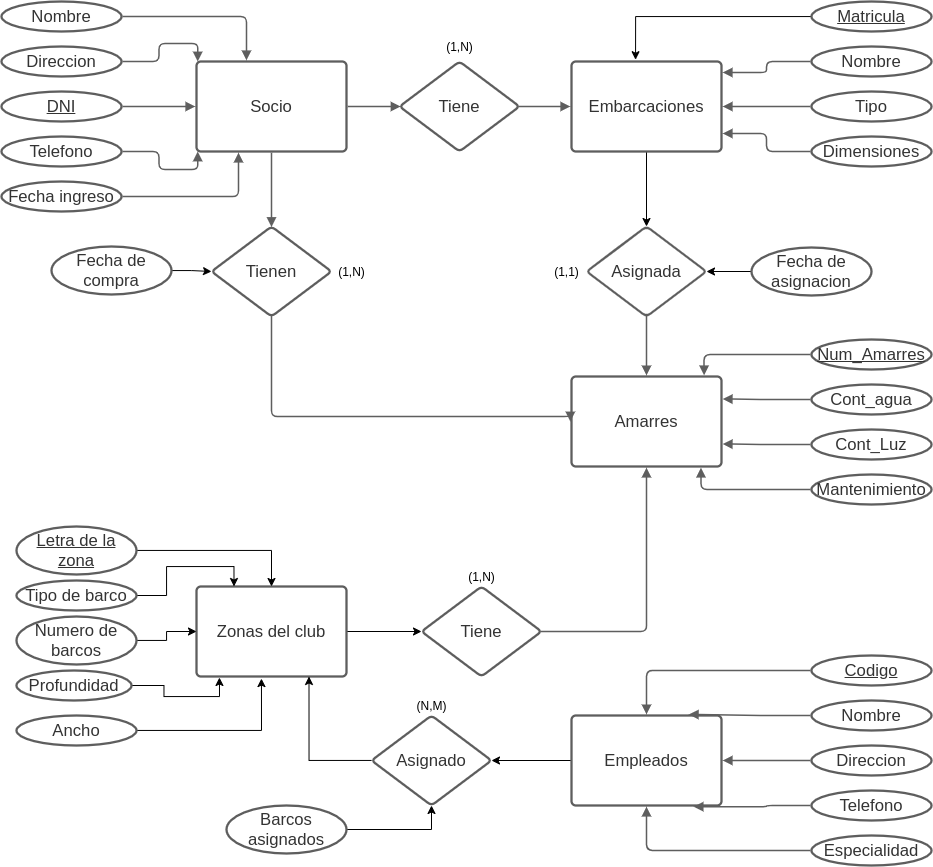
This is Untitled Diagram.drawio.png from alejito10/curso, a draw.io export, as it was before one commit. Source tidied: cells renumbered, new cells last; positions are measured from the earlier drawing's top-left corner, leaving out a move shared by most shapes.
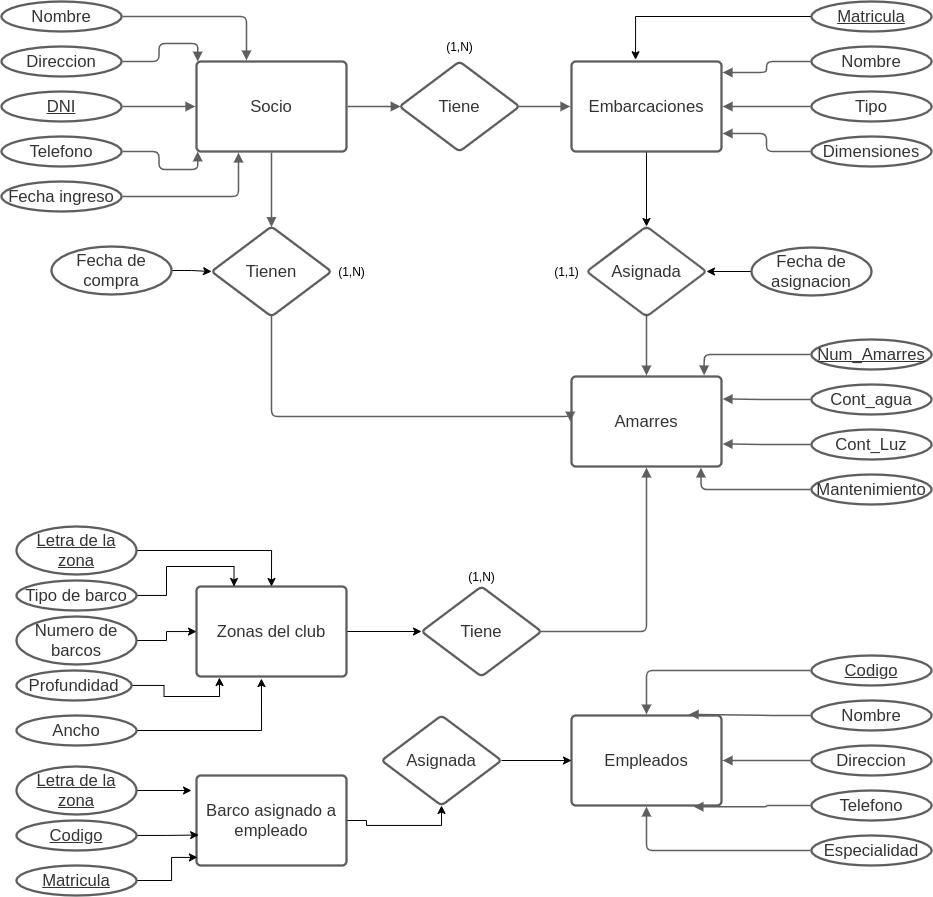
Above is the later version.

What changed in the source:
```diff
@@ -50,9 +50,6 @@
     <mxCell id="17" value="Zonas del club" style="html=1;overflow=block;blockSpacing=1;whiteSpace=wrap;fontSize=16.7;fontColor=#333333;align=center;spacing=3.8;strokeColor=#5e5e5e;strokeOpacity=100;rounded=1;absoluteArcSize=1;arcSize=9;strokeWidth=2.3;" parent="1" vertex="1">
       <mxGeometry x="195" y="585" width="150" height="90" as="geometry" />
     </mxCell>
-    <mxCell id="18" style="edgeStyle=orthogonalEdgeStyle;rounded=0;jettySize=auto;html=1;entryX=1;entryY=0.5;entryDx=0;entryDy=0;" parent="1" edge="1" source="19" target="71">
-      <mxGeometry relative="1" as="geometry" />
-    </mxCell>
     <mxCell id="19" value="Empleados" style="html=1;overflow=block;blockSpacing=1;whiteSpace=wrap;fontSize=16.7;fontColor=#333333;align=center;spacing=3.8;strokeColor=#5e5e5e;strokeOpacity=100;rounded=1;absoluteArcSize=1;arcSize=9;strokeWidth=2.3;" parent="1" vertex="1">
       <mxGeometry x="570" y="714" width="150" height="90" as="geometry" />
     </mxCell>
@@ -211,12 +208,6 @@
     <mxCell id="69" style="html=1;jettySize=18;whiteSpace=wrap;fontSize=13;strokeColor=#5E5E5E;strokeWidth=1.5;rounded=1;arcSize=12;edgeStyle=orthogonalEdgeStyle;startArrow=none;endArrow=block;endFill=1;exitX=0.991;exitY=0.5;exitPerimeter=0;entryX=0.5;entryY=1.013;entryPerimeter=0;" parent="1" edge="1" source="68" target="15">
       <mxGeometry relative="1" as="geometry" />
     </mxCell>
-    <mxCell id="70" style="edgeStyle=orthogonalEdgeStyle;rounded=0;jettySize=auto;html=1;entryX=0.75;entryY=1;entryDx=0;entryDy=0;" parent="1" edge="1" source="71" target="17">
-      <mxGeometry relative="1" as="geometry" />
-    </mxCell>
-    <mxCell id="71" value="Asignado" style="html=1;overflow=block;blockSpacing=1;whiteSpace=wrap;rhombus;fontSize=16.7;fontColor=#333333;align=center;spacing=3.8;strokeColor=#5e5e5e;strokeOpacity=100;rounded=1;absoluteArcSize=1;arcSize=9;strokeWidth=2.3;" parent="1" vertex="1">
-      <mxGeometry x="370" y="714" width="120" height="90" as="geometry" />
-    </mxCell>
     <mxCell id="72" value="(1,N)" style="text;html=1;align=center;verticalAlign=middle;strokeColor=none;fillColor=none;rotation=0;" parent="1" vertex="1">
       <mxGeometry x="438" y="35" width="40" height="20" as="geometry" />
     </mxCell>
@@ -229,14 +220,42 @@
     <mxCell id="75" value="(1,N)" style="text;html=1;align=center;verticalAlign=middle;strokeColor=none;fillColor=none;" parent="1" vertex="1">
       <mxGeometry x="460" y="565" width="40" height="20" as="geometry" />
     </mxCell>
-    <mxCell id="76" value="(N,M)" style="text;html=1;align=center;verticalAlign=middle;strokeColor=none;fillColor=none;" parent="1" vertex="1">
-      <mxGeometry x="405" y="694" width="50" height="20" as="geometry" />
-    </mxCell>
-    <mxCell id="77" style="edgeStyle=orthogonalEdgeStyle;rounded=0;jettySize=auto;html=1;entryX=0.5;entryY=1;entryDx=0;entryDy=0;" parent="1" edge="1" source="78" target="71">
-      <mxGeometry relative="1" as="geometry" />
-    </mxCell>
-    <mxCell id="78" value="Barcos asignados" style="html=1;overflow=block;blockSpacing=1;whiteSpace=wrap;ellipse;fontSize=16.7;fontColor=#333333;align=center;spacing=3.8;strokeColor=#5e5e5e;strokeOpacity=100;rounded=1;absoluteArcSize=1;arcSize=9;strokeWidth=2.3;" parent="1" vertex="1">
-      <mxGeometry x="225" y="804" width="120" height="48" as="geometry" />
-    </mxCell>
+    <mxCell id="79" style="edgeStyle=orthogonalEdgeStyle;rounded=0;jettySize=auto;html=1;entryX=0.5;entryY=1;entryDx=0;entryDy=0;" parent="1" edge="1" source="80" target="88">
+      <mxGeometry relative="1" as="geometry" />
+    </mxCell>
+    <mxCell id="80" value="Barco asignado a empleado" style="html=1;overflow=block;blockSpacing=1;whiteSpace=wrap;fontSize=16.7;fontColor=#333333;align=center;spacing=3.8;strokeColor=#5e5e5e;strokeOpacity=100;rounded=1;absoluteArcSize=1;arcSize=9;strokeWidth=2.3;" parent="1" vertex="1">
+      <mxGeometry x="195" y="774" width="150" height="90" as="geometry" />
+    </mxCell>
+    <mxCell id="81" style="edgeStyle=orthogonalEdgeStyle;rounded=0;jettySize=auto;html=1;" parent="1" edge="1" source="82">
+      <mxGeometry relative="1" as="geometry">
+        <mxPoint x="190" y="789" as="targetPoint" />
+      </mxGeometry>
+    </mxCell>
+    <mxCell id="82" value="&lt;u&gt;Letra de la zona&lt;/u&gt;" style="html=1;overflow=block;blockSpacing=1;whiteSpace=wrap;ellipse;fontSize=16.7;fontColor=#333333;align=center;spacing=3.8;strokeColor=#5e5e5e;strokeOpacity=100;rounded=1;absoluteArcSize=1;arcSize=9;strokeWidth=2.3;" parent="1" vertex="1">
+      <mxGeometry x="15" y="765" width="120" height="48" as="geometry" />
+    </mxCell>
+    <mxCell id="83" style="edgeStyle=orthogonalEdgeStyle;rounded=0;jettySize=auto;html=1;entryX=0.014;entryY=0.661;entryDx=0;entryDy=0;entryPerimeter=0;" parent="1" edge="1" source="84" target="80">
+      <mxGeometry relative="1" as="geometry" />
+    </mxCell>
+    <mxCell id="84" value="&lt;u&gt;Codigo&lt;/u&gt;" style="html=1;overflow=block;blockSpacing=1;whiteSpace=wrap;ellipse;fontSize=16.7;fontColor=#333333;align=center;spacing=3.8;strokeColor=#5e5e5e;strokeOpacity=100;rounded=1;absoluteArcSize=1;arcSize=9;strokeWidth=2.3;" parent="1" vertex="1">
+      <mxGeometry x="15" y="819" width="120" height="30" as="geometry" />
+    </mxCell>
+    <mxCell id="85" style="edgeStyle=orthogonalEdgeStyle;rounded=0;jettySize=auto;html=1;entryX=0.006;entryY=0.91;entryDx=0;entryDy=0;entryPerimeter=0;" parent="1" edge="1" source="86" target="80">
+      <mxGeometry relative="1" as="geometry">
+        <Array as="points">
+          <mxPoint x="170" y="879" />
+          <mxPoint x="170" y="856" />
+        </Array>
+      </mxGeometry>
+    </mxCell>
+    <mxCell id="86" value="&lt;u&gt;Matricula&#9;&lt;/u&gt;" style="html=1;overflow=block;blockSpacing=1;whiteSpace=wrap;ellipse;fontSize=16.7;fontColor=#333333;align=center;spacing=3.8;strokeColor=#5e5e5e;strokeOpacity=100;rounded=1;absoluteArcSize=1;arcSize=9;strokeWidth=2.3;" parent="1" vertex="1">
+      <mxGeometry x="15" y="864" width="120" height="30" as="geometry" />
+    </mxCell>
+    <mxCell id="87" style="edgeStyle=orthogonalEdgeStyle;rounded=0;jettySize=auto;html=1;entryX=0;entryY=0.5;entryDx=0;entryDy=0;" parent="1" edge="1" source="88" target="19">
+      <mxGeometry relative="1" as="geometry" />
+    </mxCell>
+    <mxCell id="88" value="Asignada" style="html=1;overflow=block;blockSpacing=1;whiteSpace=wrap;rhombus;fontSize=16.7;fontColor=#333333;align=center;spacing=3.8;strokeColor=#5e5e5e;strokeOpacity=100;rounded=1;absoluteArcSize=1;arcSize=9;strokeWidth=2.3;" parent="1" vertex="1">
+      <mxGeometry x="380" y="714" width="120" height="90" as="geometry" />
+    </mxCell>
   </root>
 </mxGraphModel>
```
